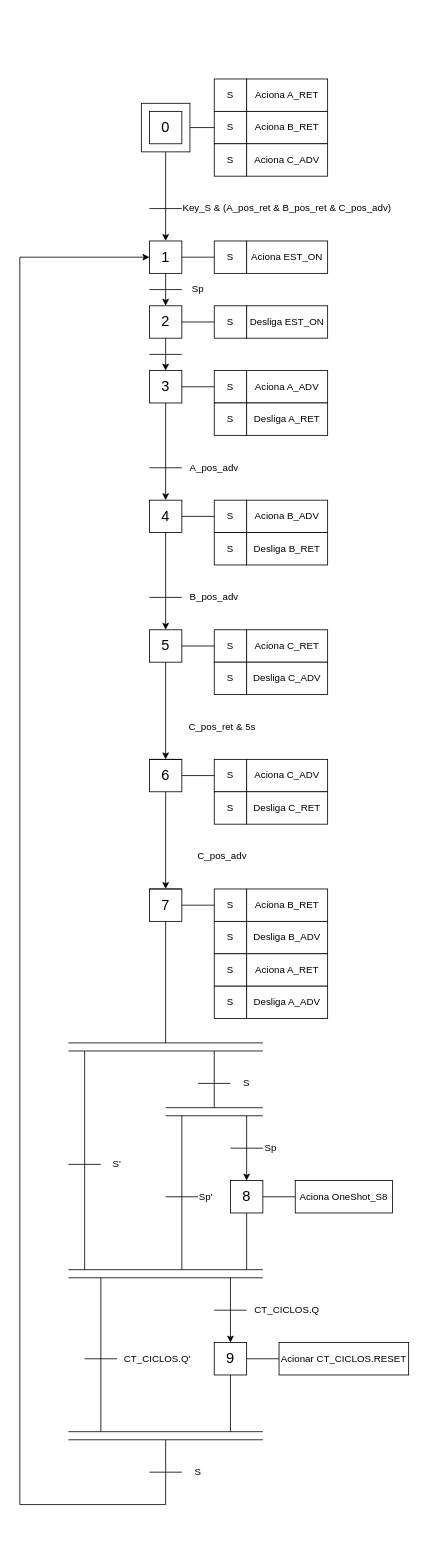
This is Experiência 4 - Dispositivo de dosagem e enchimento de embalagens/Experimento4_CLP.drawio from pedroManuelP/Automa-o-Industrial, a draw.io file, before an edit. Source tidied: cells renumbered, new cells numbered last; positions are measured from the earlier drawing's top-left corner, leaving out a move shared by most shapes. Both pictures are drawn from the tidied source at 81%, with x=0, y=0 at pixel (19, 79).
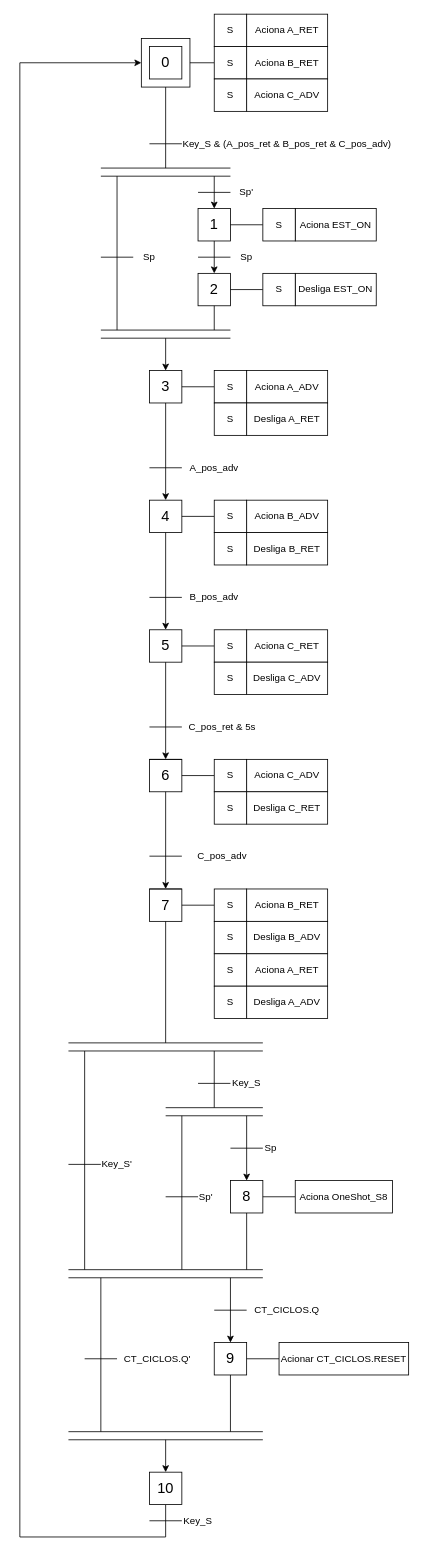
The same diagram, later.

Unchanged cells that the change refers to:
```xml
<mxCell id="22" value="&lt;font style=&quot;font-size: 18px;&quot;&gt;3&lt;/font&gt;" style="rounded=0;whiteSpace=wrap;html=1;" parent="1" vertex="1">
  <mxGeometry x="160" y="360" width="40" height="40" as="geometry" />
</mxCell>
<mxCell id="59" value="C_pos_ret &amp;amp; 5s" style="text;html=1;align=center;verticalAlign=middle;whiteSpace=wrap;rounded=0;" parent="1" vertex="1">
  <mxGeometry x="200" y="790" width="100" height="20" as="geometry" />
</mxCell>
```

The edit, as a diff of the source:
```diff
@@
     <mxCell id="2" style="rounded=0;whiteSpace=wrap;html=1;" parent="1" vertex="1">
-      <mxGeometry x="150" y="30" width="60" height="60" as="geometry" />
+      <mxGeometry x="150" y="-50" width="60" height="60" as="geometry" />
     </mxCell>
     <mxCell id="3" value="&lt;font style=&quot;font-size: 18px;&quot;&gt;0&lt;/font&gt;" style="rounded=0;whiteSpace=wrap;html=1;" parent="1" vertex="1">
-      <mxGeometry x="160" y="40" width="40" height="40" as="geometry" />
+      <mxGeometry x="160" y="-40" width="40" height="40" as="geometry" />
     </mxCell>
     <mxCell id="4" style="endArrow=none;html=1;rounded=0;exitX=1;exitY=0.5;exitDx=0;exitDy=0;" parent="1" edge="1" source="2">
       <mxGeometry relative="1" as="geometry">
-        <mxPoint x="240" y="60" as="targetPoint" />
+        <mxPoint x="240" y="-20" as="targetPoint" />
       </mxGeometry>
     </mxCell>
     <mxCell id="5" value="Aciona A_RET" style="rounded=0;whiteSpace=wrap;html=1;" parent="1" vertex="1">
-      <mxGeometry x="280" width="100" height="40" as="geometry" />
+      <mxGeometry x="280" y="-80" width="100" height="40" as="geometry" />
     </mxCell>
     <mxCell id="6" value="Aciona B_RET" style="rounded=0;whiteSpace=wrap;html=1;" parent="1" vertex="1">
-      <mxGeometry x="280" y="40" width="100" height="40" as="geometry" />
+      <mxGeometry x="280" y="-40" width="100" height="40" as="geometry" />
     </mxCell>
     <mxCell id="7" value="Aciona C_ADV" style="rounded=0;whiteSpace=wrap;html=1;" parent="1" vertex="1">
-      <mxGeometry x="280" y="80" width="100" height="40" as="geometry" />
+      <mxGeometry x="280" width="100" height="40" as="geometry" />
     </mxCell>
-    <mxCell id="8" style="endArrow=classic;html=1;rounded=0;exitX=0.5;exitY=1;exitDx=0;exitDy=0;" parent="1" edge="1" source="2">
-      <mxGeometry relative="1" as="geometry">
-        <mxPoint x="180" y="200" as="targetPoint" />
-      </mxGeometry>
-    </mxCell>
     <mxCell id="9" style="endArrow=none;html=1;rounded=0;" parent="1" edge="1">
       <mxGeometry relative="1" as="geometry">
-        <mxPoint x="160" y="160" as="sourcePoint" />
-        <mxPoint x="200" y="160" as="targetPoint" />
+        <mxPoint x="160" y="80" as="sourcePoint" />
+        <mxPoint x="200" y="80" as="targetPoint" />
       </mxGeometry>
     </mxCell>
     <mxCell id="10" value="Key_S &amp;amp; (A_pos_ret &amp;amp; B_pos_ret &amp;amp; C_pos_adv)" style="text;html=1;align=center;verticalAlign=middle;whiteSpace=wrap;rounded=0;" parent="1" vertex="1">
-      <mxGeometry x="200" y="150" width="260" height="20" as="geometry" />
+      <mxGeometry x="200" y="70" width="260" height="20" as="geometry" />
     </mxCell>
     <mxCell id="11" value="&lt;font style=&quot;font-size: 18px;&quot;&gt;1&lt;/font&gt;" style="rounded=0;whiteSpace=wrap;html=1;" parent="1" vertex="1">
-      <mxGeometry x="160" y="200" width="40" height="40" as="geometry" />
+      <mxGeometry x="220" y="160" width="40" height="40" as="geometry" />
     </mxCell>
     <mxCell id="12" style="endArrow=none;html=1;rounded=0;exitX=1;exitY=0.5;exitDx=0;exitDy=0;" parent="1" edge="1" source="11">
       <mxGeometry relative="1" as="geometry">
-        <mxPoint x="240" y="220" as="targetPoint" />
+        <mxPoint x="300" y="180" as="targetPoint" />
       </mxGeometry>
     </mxCell>
     <mxCell id="13" value="Aciona EST_ON" style="rounded=0;whiteSpace=wrap;html=1;" parent="1" vertex="1">
-      <mxGeometry x="280" y="200" width="100" height="40" as="geometry" />
+      <mxGeometry x="340" y="160" width="100" height="40" as="geometry" />
     </mxCell>
     <mxCell id="14" value="&lt;font style=&quot;font-size: 18px;&quot;&gt;2&lt;/font&gt;" style="rounded=0;whiteSpace=wrap;html=1;" parent="1" vertex="1">
-      <mxGeometry x="160" y="280" width="40" height="40" as="geometry" />
+      <mxGeometry x="220" y="240" width="40" height="40" as="geometry" />
     </mxCell>
     <mxCell id="15" style="endArrow=none;html=1;rounded=0;exitX=1;exitY=0.5;exitDx=0;exitDy=0;" parent="1" edge="1" source="14">
       <mxGeometry relative="1" as="geometry">
-        <mxPoint x="240" y="300" as="targetPoint" />
+        <mxPoint x="300" y="260" as="targetPoint" />
       </mxGeometry>
     </mxCell>
     <mxCell id="16" value="Desliga EST_ON" style="rounded=0;whiteSpace=wrap;html=1;" parent="1" vertex="1">
-      <mxGeometry x="280" y="280" width="100" height="40" as="geometry" />
+      <mxGeometry x="340" y="240" width="100" height="40" as="geometry" />
     </mxCell>
@@
     <mxCell id="18" style="endArrow=none;html=1;rounded=0;" parent="1" edge="1">
       <mxGeometry relative="1" as="geometry">
-        <mxPoint x="160" y="260" as="sourcePoint" />
-        <mxPoint x="200" y="260" as="targetPoint" />
+        <mxPoint x="220" y="220" as="sourcePoint" />
+        <mxPoint x="260" y="220" as="targetPoint" />
       </mxGeometry>
     </mxCell>
     <mxCell id="19" value="Sp" style="text;html=1;align=center;verticalAlign=middle;whiteSpace=wrap;rounded=0;" parent="1" vertex="1">
-      <mxGeometry x="200" y="250" width="40" height="20" as="geometry" />
+      <mxGeometry x="260" y="210" width="40" height="20" as="geometry" />
     </mxCell>
     <mxCell id="20" value="S" style="rounded=0;whiteSpace=wrap;html=1;" parent="1" vertex="1">
-      <mxGeometry x="240" y="200" width="40" height="40" as="geometry" />
+      <mxGeometry x="300" y="160" width="40" height="40" as="geometry" />
     </mxCell>
     <mxCell id="21" value="S" style="rounded=0;whiteSpace=wrap;html=1;" parent="1" vertex="1">
-      <mxGeometry x="240" y="280" width="40" height="40" as="geometry" />
+      <mxGeometry x="300" y="240" width="40" height="40" as="geometry" />
     </mxCell>
@@
-    <mxCell id="25" style="endArrow=classic;html=1;rounded=0;exitX=0.5;exitY=1;exitDx=0;exitDy=0;entryX=0.5;entryY=0;entryDx=0;entryDy=0;" parent="1" edge="1" target="22">
-      <mxGeometry relative="1" as="geometry">
-        <mxPoint x="180" y="320" as="sourcePoint" />
-      </mxGeometry>
-    </mxCell>
-    <mxCell id="26" style="endArrow=none;html=1;rounded=0;" parent="1" edge="1">
-      <mxGeometry relative="1" as="geometry">
-        <mxPoint x="160" y="340" as="sourcePoint" />
-        <mxPoint x="200" y="340" as="targetPoint" />
-      </mxGeometry>
-    </mxCell>
@@
     <mxCell id="35" value="S" style="rounded=0;whiteSpace=wrap;html=1;" parent="1" vertex="1">
-      <mxGeometry x="240" width="40" height="40" as="geometry" />
+      <mxGeometry x="240" y="-80" width="40" height="40" as="geometry" />
     </mxCell>
     <mxCell id="36" value="S" style="rounded=0;whiteSpace=wrap;html=1;" parent="1" vertex="1">
-      <mxGeometry x="240" y="40" width="40" height="40" as="geometry" />
+      <mxGeometry x="240" y="-40" width="40" height="40" as="geometry" />
     </mxCell>
     <mxCell id="37" value="S" style="rounded=0;whiteSpace=wrap;html=1;" parent="1" vertex="1">
-      <mxGeometry x="240" y="80" width="40" height="40" as="geometry" />
+      <mxGeometry x="240" width="40" height="40" as="geometry" />
     </mxCell>
@@
-    <mxCell id="81" value="S" style="text;html=1;align=center;verticalAlign=middle;whiteSpace=wrap;rounded=0;" parent="1" vertex="1">
+    <mxCell id="81" value="Key_S" style="text;html=1;align=center;verticalAlign=middle;whiteSpace=wrap;rounded=0;" parent="1" vertex="1">
       <mxGeometry x="260" y="1230" width="40" height="20" as="geometry" />
     </mxCell>
@@
-    <mxCell id="93" value="S'" style="text;html=1;align=center;verticalAlign=middle;whiteSpace=wrap;rounded=0;" parent="1" vertex="1">
+    <mxCell id="93" value="Key_S'" style="text;html=1;align=center;verticalAlign=middle;whiteSpace=wrap;rounded=0;" parent="1" vertex="1">
       <mxGeometry x="100" y="1330" width="40" height="20" as="geometry" />
     </mxCell>
@@
-    <mxCell id="108" style="endArrow=classic;html=1;rounded=0;entryX=0;entryY=0.5;entryDx=0;entryDy=0;" parent="1" edge="1" target="11">
+    <mxCell id="108" style="endArrow=classic;html=1;rounded=0;entryX=0;entryY=0.5;entryDx=0;entryDy=0;exitX=0.5;exitY=1;exitDx=0;exitDy=0;" parent="1" edge="1" source="124" target="2">
       <mxGeometry relative="1" as="geometry">
-        <mxPoint x="180" y="1680" as="sourcePoint" />
         <Array as="points">
-          <mxPoint x="180" y="1760" />
-          <mxPoint y="1760" />
-          <mxPoint y="220" />
+          <mxPoint x="180" y="1800" />
+          <mxPoint y="1800" />
+          <mxPoint y="-20" />
         </Array>
       </mxGeometry>
     </mxCell>
     <mxCell id="109" style="endArrow=none;html=1;rounded=0;" parent="1" edge="1">
       <mxGeometry relative="1" as="geometry">
-        <mxPoint x="160" y="1720" as="sourcePoint" />
-        <mxPoint x="200" y="1720" as="targetPoint" />
+        <mxPoint x="160" y="1780" as="sourcePoint" />
+        <mxPoint x="200" y="1780" as="targetPoint" />
       </mxGeometry>
     </mxCell>
-    <mxCell id="110" value="S" style="text;html=1;align=center;verticalAlign=middle;whiteSpace=wrap;rounded=0;" parent="1" vertex="1">
-      <mxGeometry x="200" y="1710" width="40" height="20" as="geometry" />
+    <mxCell id="110" value="Key_S" style="text;html=1;align=center;verticalAlign=middle;whiteSpace=wrap;rounded=0;" parent="1" vertex="1">
+      <mxGeometry x="200" y="1770" width="40" height="20" as="geometry" />
     </mxCell>
+    <mxCell id="111" style="endArrow=none;html=1;rounded=0;exitX=0.5;exitY=1;exitDx=0;exitDy=0;" parent="1" edge="1" source="2">
+      <mxGeometry relative="1" as="geometry">
+        <mxPoint x="180" y="110" as="targetPoint" />
+      </mxGeometry>
+    </mxCell>
+    <mxCell id="112" style="endArrow=none;html=1;rounded=0;" parent="1" edge="1">
+      <mxGeometry relative="1" as="geometry">
+        <mxPoint x="100" y="120" as="sourcePoint" />
+        <mxPoint x="260" y="120" as="targetPoint" />
+      </mxGeometry>
+    </mxCell>
+    <mxCell id="113" style="endArrow=none;html=1;rounded=0;" parent="1" edge="1">
+      <mxGeometry relative="1" as="geometry">
+        <mxPoint x="100" y="110" as="sourcePoint" />
+        <mxPoint x="260" y="110" as="targetPoint" />
+      </mxGeometry>
+    </mxCell>
+    <mxCell id="114" style="endArrow=classic;html=1;rounded=0;" parent="1" edge="1">
+      <mxGeometry relative="1" as="geometry">
+        <mxPoint x="240" y="120" as="sourcePoint" />
+        <mxPoint x="240" y="160" as="targetPoint" />
+      </mxGeometry>
+    </mxCell>
+    <mxCell id="115" style="endArrow=none;html=1;rounded=0;" parent="1" edge="1">
+      <mxGeometry relative="1" as="geometry">
+        <mxPoint x="220" y="140" as="sourcePoint" />
+        <mxPoint x="260" y="140" as="targetPoint" />
+      </mxGeometry>
+    </mxCell>
+    <mxCell id="116" value="Sp'" style="text;html=1;align=center;verticalAlign=middle;whiteSpace=wrap;rounded=0;" parent="1" vertex="1">
+      <mxGeometry x="260" y="130" width="40" height="20" as="geometry" />
+    </mxCell>
+    <mxCell id="117" style="endArrow=none;html=1;rounded=0;" parent="1" edge="1">
+      <mxGeometry relative="1" as="geometry">
+        <mxPoint x="100" y="320" as="sourcePoint" />
+        <mxPoint x="260" y="320" as="targetPoint" />
+      </mxGeometry>
+    </mxCell>
+    <mxCell id="118" style="endArrow=none;html=1;rounded=0;" parent="1" edge="1">
+      <mxGeometry relative="1" as="geometry">
+        <mxPoint x="100" y="310" as="sourcePoint" />
+        <mxPoint x="260" y="310" as="targetPoint" />
+      </mxGeometry>
+    </mxCell>
+    <mxCell id="119" style="endArrow=none;html=1;rounded=0;exitX=0.5;exitY=1;exitDx=0;exitDy=0;" parent="1" edge="1" source="14">
+      <mxGeometry relative="1" as="geometry">
+        <mxPoint x="240" y="310" as="targetPoint" />
+      </mxGeometry>
+    </mxCell>
+    <mxCell id="120" style="endArrow=none;html=1;rounded=0;" parent="1" edge="1">
+      <mxGeometry relative="1" as="geometry">
+        <mxPoint x="120" y="120" as="sourcePoint" />
+        <mxPoint x="120" y="310" as="targetPoint" />
+      </mxGeometry>
+    </mxCell>
+    <mxCell id="121" style="endArrow=none;html=1;rounded=0;" parent="1" edge="1">
+      <mxGeometry relative="1" as="geometry">
+        <mxPoint x="100" y="220" as="sourcePoint" />
+        <mxPoint x="140" y="220" as="targetPoint" />
+      </mxGeometry>
+    </mxCell>
+    <mxCell id="122" value="Sp" style="text;html=1;align=center;verticalAlign=middle;whiteSpace=wrap;rounded=0;" parent="1" vertex="1">
+      <mxGeometry x="140" y="210" width="40" height="20" as="geometry" />
+    </mxCell>
+    <mxCell id="123" style="endArrow=classic;html=1;rounded=0;" parent="1" edge="1">
+      <mxGeometry relative="1" as="geometry">
+        <mxPoint x="180" y="320" as="sourcePoint" />
+        <mxPoint x="180" y="360" as="targetPoint" />
+      </mxGeometry>
+    </mxCell>
+    <mxCell id="124" value="&lt;font style=&quot;font-size: 18px;&quot;&gt;10&lt;/font&gt;" style="rounded=0;whiteSpace=wrap;html=1;" parent="1" vertex="1">
+      <mxGeometry x="160" y="1720" width="40" height="40" as="geometry" />
+    </mxCell>
+    <mxCell id="125" style="endArrow=classic;html=1;rounded=0;entryX=0.5;entryY=0;entryDx=0;entryDy=0;" parent="1" edge="1" target="124">
+      <mxGeometry relative="1" as="geometry">
+        <mxPoint x="180" y="1680" as="sourcePoint" />
+      </mxGeometry>
+    </mxCell>
+    <mxCell id="126" style="endArrow=none;html=1;rounded=0;entryX=0;entryY=0.5;entryDx=0;entryDy=0;" parent="1" edge="1" target="59">
+      <mxGeometry relative="1" as="geometry">
+        <mxPoint x="160" y="800" as="sourcePoint" />
+      </mxGeometry>
+    </mxCell>
+    <mxCell id="127" style="endArrow=none;html=1;rounded=0;" parent="1" edge="1">
+      <mxGeometry relative="1" as="geometry">
+        <mxPoint x="160" y="959.5" as="sourcePoint" />
+        <mxPoint x="200" y="959.5" as="targetPoint" />
+      </mxGeometry>
+    </mxCell>
```
